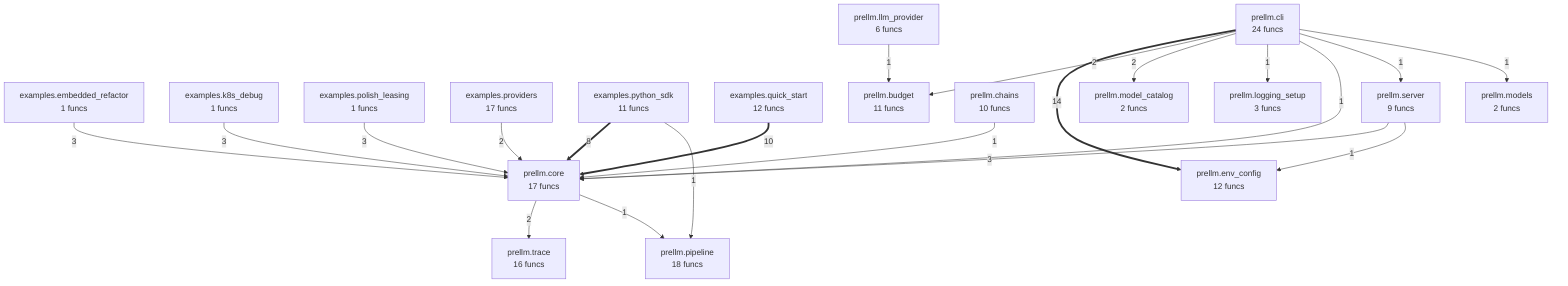
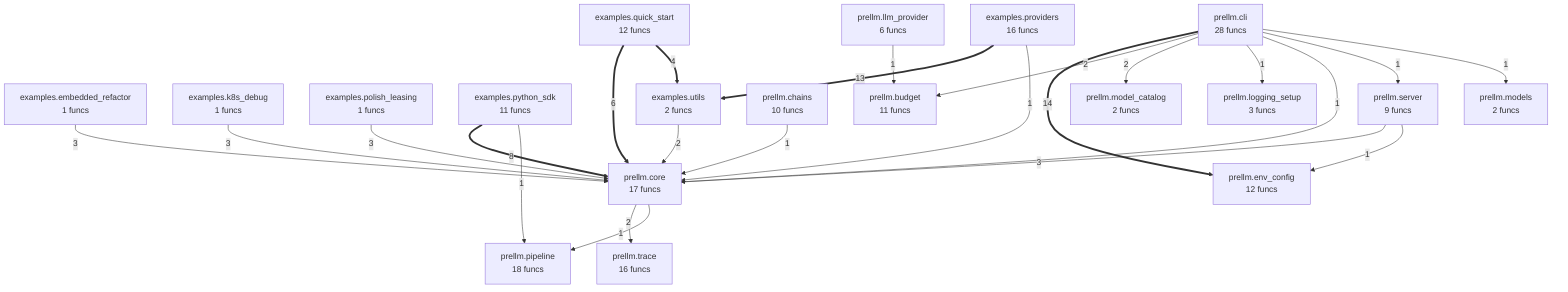
flowchart TD
    examples_embedded_refactor["examples.embedded_refactor<br/>1 funcs"]
    examples_k8s_debug["examples.k8s_debug<br/>1 funcs"]
    examples_polish_leasing["examples.polish_leasing<br/>1 funcs"]
-     examples_providers["examples.providers<br/>17 funcs"]
+     examples_providers["examples.providers<br/>16 funcs"]
    examples_python_sdk["examples.python_sdk<br/>11 funcs"]
    examples_quick_start["examples.quick_start<br/>12 funcs"]
+     examples_utils["examples.utils<br/>2 funcs"]
    prellm_budget["prellm.budget<br/>11 funcs"]
    prellm_chains["prellm.chains<br/>10 funcs"]
-     prellm_cli["prellm.cli<br/>24 funcs"]
+     prellm_cli["prellm.cli<br/>28 funcs"]
    prellm_core["prellm.core<br/>17 funcs"]
    prellm_env_config["prellm.env_config<br/>12 funcs"]
    prellm_llm_provider["prellm.llm_provider<br/>6 funcs"]
    prellm_logging_setup["prellm.logging_setup<br/>3 funcs"]
    prellm_model_catalog["prellm.model_catalog<br/>2 funcs"]
    prellm_models["prellm.models<br/>2 funcs"]
    prellm_pipeline["prellm.pipeline<br/>18 funcs"]
    prellm_server["prellm.server<br/>9 funcs"]
    prellm_trace["prellm.trace<br/>16 funcs"]
    prellm_cli ==>|14| prellm_env_config
-     examples_quick_start ==>|10| prellm_core
+     examples_providers ==>|13| examples_utils
    examples_python_sdk ==>|8| prellm_core
-     examples_embedded_refactor -->|3| prellm_core
+     examples_quick_start ==>|6| prellm_core
+     examples_quick_start ==>|4| examples_utils
    examples_polish_leasing -->|3| prellm_core
    examples_k8s_debug -->|3| prellm_core
+     examples_embedded_refactor -->|3| prellm_core
    prellm_server -->|3| prellm_core
-     examples_providers -->|2| prellm_core
    prellm_cli -->|2| prellm_budget
    prellm_cli -->|2| prellm_model_catalog
    prellm_core -->|2| prellm_trace
+     examples_utils -->|2| prellm_core
+     examples_providers -->|1| prellm_core
    examples_python_sdk -->|1| prellm_pipeline
    prellm_cli -->|1| prellm_logging_setup
    prellm_cli -->|1| prellm_core
    prellm_cli -->|1| prellm_server
    prellm_cli -->|1| prellm_models
+     prellm_server -->|1| prellm_env_config
+     prellm_llm_provider -->|1| prellm_budget
    prellm_core -->|1| prellm_pipeline
-     prellm_llm_provider -->|1| prellm_budget
-     prellm_server -->|1| prellm_env_config
    prellm_chains -->|1| prellm_core
